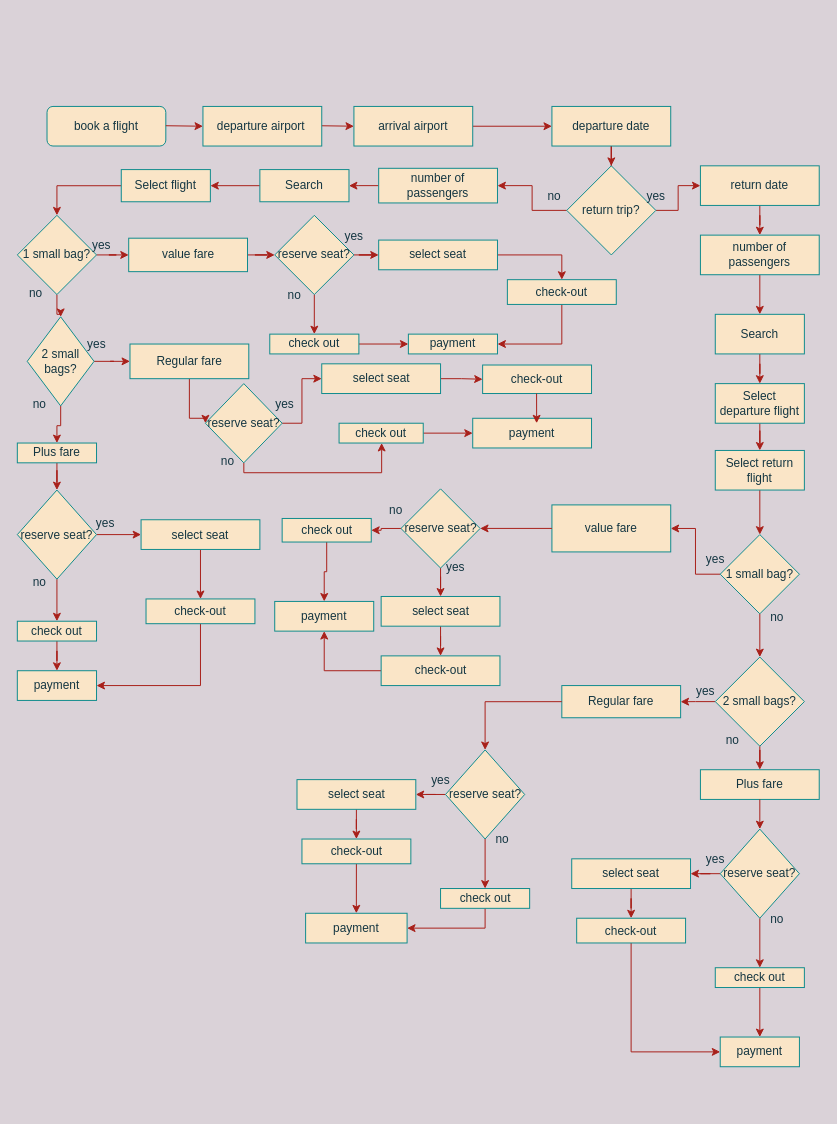
The draw.io diagram Untitled Diagram.drawio in Lailabc/book-flight, before the edit. Source tidied: cells renumbered, new cells numbered last; positions are measured from the earlier drawing's top-left corner, leaving out a move shared by most shapes. Both pictures are drawn from the tidied source at 99%, with x=0, y=0 at pixel (17, 106).
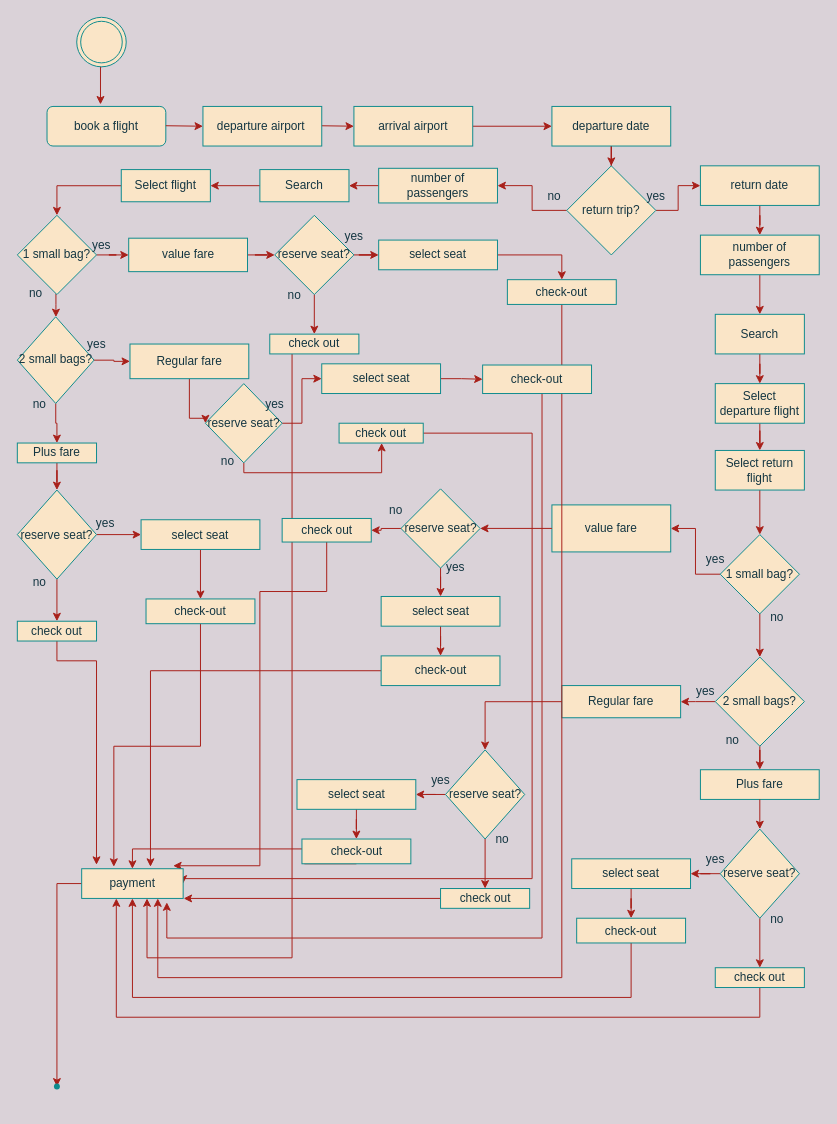
After the change.

Unchanged cells that the change refers to:
```xml
<mxCell id="2" value="book a flight" style="rounded=1;whiteSpace=wrap;html=1;fontSize=12;glass=0;strokeWidth=1;shadow=0;fillColor=#FAE5C7;strokeColor=#0F8B8D;fontColor=#143642;" parent="1" vertex="1">
  <mxGeometry x="30" width="120" height="40" as="geometry" />
</mxCell>
<mxCell id="31" value="1 small bag?" style="rhombus;whiteSpace=wrap;html=1;rounded=0;fillColor=#FAE5C7;strokeColor=#0F8B8D;fontColor=#143642;" parent="1" vertex="1">
  <mxGeometry y="110" width="80" height="80" as="geometry" />
</mxCell>
<mxCell id="64" value="check out" style="whiteSpace=wrap;html=1;rounded=0;fillColor=#FAE5C7;strokeColor=#0F8B8D;fontColor=#143642;" parent="1" vertex="1">
  <mxGeometry x="255" y="230" width="90" height="20" as="geometry" />
</mxCell>
<mxCell id="68" value="check-out" style="rounded=0;whiteSpace=wrap;html=1;fillColor=#FAE5C7;strokeColor=#0F8B8D;fontColor=#143642;" parent="1" vertex="1">
  <mxGeometry x="495" y="175" width="110" height="25" as="geometry" />
</mxCell>
<mxCell id="75" value="check out" style="whiteSpace=wrap;html=1;rounded=0;fillColor=#FAE5C7;strokeColor=#0F8B8D;fontColor=#143642;" parent="1" vertex="1">
  <mxGeometry x="325" y="320" width="85" height="20" as="geometry" />
</mxCell>
<mxCell id="78" value="check-out" style="rounded=0;whiteSpace=wrap;html=1;fillColor=#FAE5C7;strokeColor=#0F8B8D;fontColor=#143642;" parent="1" vertex="1">
  <mxGeometry x="470" y="261.2" width="110" height="28.8" as="geometry" />
</mxCell>
<mxCell id="85" value="check out" style="whiteSpace=wrap;html=1;rounded=0;fillColor=#FAE5C7;strokeColor=#0F8B8D;fontColor=#143642;" parent="1" vertex="1">
  <mxGeometry y="520" width="80" height="20" as="geometry" />
</mxCell>
<mxCell id="89" value="check-out" style="rounded=0;whiteSpace=wrap;html=1;fillColor=#FAE5C7;strokeColor=#0F8B8D;fontColor=#143642;" parent="1" vertex="1">
  <mxGeometry x="130" y="497.5" width="110" height="25" as="geometry" />
</mxCell>
<mxCell id="96" value="check out" style="whiteSpace=wrap;html=1;rounded=0;fillColor=#FAE5C7;strokeColor=#0F8B8D;fontColor=#143642;" parent="1" vertex="1">
  <mxGeometry x="705" y="870" width="90" height="20" as="geometry" />
</mxCell>
<mxCell id="100" value="check-out" style="rounded=0;whiteSpace=wrap;html=1;fillColor=#FAE5C7;strokeColor=#0F8B8D;fontColor=#143642;" parent="1" vertex="1">
  <mxGeometry x="565" y="820" width="110" height="25" as="geometry" />
</mxCell>
<mxCell id="111" value="check out" style="whiteSpace=wrap;html=1;rounded=0;fillColor=#FAE5C7;strokeColor=#0F8B8D;fontColor=#143642;" parent="1" vertex="1">
  <mxGeometry x="267.5" y="416.2" width="90" height="23.8" as="geometry" />
</mxCell>
<mxCell id="115" value="check-out" style="whiteSpace=wrap;html=1;rounded=0;fillColor=#FAE5C7;strokeColor=#0F8B8D;fontColor=#143642;" parent="1" vertex="1">
  <mxGeometry x="367.5" y="555" width="120" height="30" as="geometry" />
</mxCell>
<mxCell id="127" value="check out" style="whiteSpace=wrap;html=1;rounded=0;fillColor=#FAE5C7;strokeColor=#0F8B8D;fontColor=#143642;" parent="1" vertex="1">
  <mxGeometry x="427.5" y="790" width="90" height="20" as="geometry" />
</mxCell>
<mxCell id="131" value="check-out" style="rounded=0;whiteSpace=wrap;html=1;fillColor=#FAE5C7;strokeColor=#0F8B8D;fontColor=#143642;" parent="1" vertex="1">
  <mxGeometry x="287.5" y="740" width="110" height="25" as="geometry" />
</mxCell>
```

The edit, as a diff of the source:
```diff
@@
     <mxCell id="30" style="edgeStyle=orthogonalEdgeStyle;rounded=0;jettySize=auto;html=1;labelBackgroundColor=#DAD2D8;strokeColor=#A8201A;fontColor=#143642;" parent="1" edge="1" source="31" target="38">
-      <mxGeometry relative="1" as="geometry" />
+      <mxGeometry relative="1" as="geometry">
+        <Array as="points">
+          <mxPoint x="39" y="200" />
+          <mxPoint x="39" y="200" />
+        </Array>
+      </mxGeometry>
     </mxCell>
@@
     <mxCell id="38" value="2 small bags?" style="rhombus;whiteSpace=wrap;html=1;rounded=0;fillColor=#FAE5C7;strokeColor=#0F8B8D;fontColor=#143642;" parent="1" vertex="1">
-      <mxGeometry x="10" y="212.5" width="67.5" height="90" as="geometry" />
+      <mxGeometry y="212.5" width="77.5" height="87.5" as="geometry" />
     </mxCell>
@@
-    <mxCell id="63" style="edgeStyle=orthogonalEdgeStyle;rounded=0;jettySize=auto;html=1;labelBackgroundColor=#DAD2D8;strokeColor=#A8201A;fontColor=#143642;" parent="1" edge="1" source="64" target="116">
-      <mxGeometry relative="1" as="geometry" />
+    <mxCell id="63" style="edgeStyle=orthogonalEdgeStyle;rounded=0;jettySize=auto;html=1;labelBackgroundColor=#DAD2D8;strokeColor=#A8201A;fontColor=#143642;entryX=0.644;entryY=1;entryDx=0;entryDy=0;entryPerimeter=0;exitX=0.25;exitY=1;exitDx=0;exitDy=0;" parent="1" edge="1" source="64" target="134">
+      <mxGeometry relative="1" as="geometry">
+        <Array as="points">
+          <mxPoint x="278" y="860" />
+          <mxPoint x="131" y="860" />
+        </Array>
+      </mxGeometry>
     </mxCell>
@@
-    <mxCell id="67" style="edgeStyle=orthogonalEdgeStyle;rounded=0;jettySize=auto;html=1;entryX=1;entryY=0.5;entryDx=0;entryDy=0;labelBackgroundColor=#DAD2D8;strokeColor=#A8201A;fontColor=#143642;" parent="1" edge="1" source="68" target="116">
+    <mxCell id="67" style="edgeStyle=orthogonalEdgeStyle;rounded=0;jettySize=auto;html=1;labelBackgroundColor=#DAD2D8;strokeColor=#A8201A;fontColor=#143642;entryX=0.75;entryY=1;entryDx=0;entryDy=0;" parent="1" edge="1" source="68" target="134">
       <mxGeometry relative="1" as="geometry">
         <Array as="points">
-          <mxPoint x="550" y="240" />
+          <mxPoint x="550" y="880" />
+          <mxPoint x="142" y="880" />
         </Array>
       </mxGeometry>
     </mxCell>
@@
-    <mxCell id="74" style="edgeStyle=orthogonalEdgeStyle;rounded=0;jettySize=auto;html=1;labelBackgroundColor=#DAD2D8;strokeColor=#A8201A;fontColor=#143642;" parent="1" edge="1" source="75" target="117">
-      <mxGeometry relative="1" as="geometry" />
-    </mxCell>
+    <mxCell id="135" style="edgeStyle=orthogonalEdgeStyle;rounded=0;jettySize=auto;html=1;entryX=1;entryY=0.5;entryDx=0;entryDy=0;labelBackgroundColor=#DAD2D8;strokeColor=#A8201A;fontColor=#143642;" parent="1" edge="1" source="75" target="134">
+      <mxGeometry relative="1" as="geometry">
+        <Array as="points">
+          <mxPoint x="520" y="330" />
+          <mxPoint x="520" y="780" />
+          <mxPoint x="168" y="780" />
+        </Array>
+      </mxGeometry>
+    </mxCell>
@@
     <mxCell id="77" value="yes" style="text;strokeColor=none;fillColor=none;align=left;verticalAlign=middle;spacingLeft=4;spacingRight=4;overflow=hidden;fontColor=#143642;" parent="1" vertex="1">
-      <mxGeometry x="255" y="290" width="40" height="20" as="geometry" />
+      <mxGeometry x="245" y="290" width="40" height="20" as="geometry" />
     </mxCell>
+    <mxCell id="136" style="edgeStyle=orthogonalEdgeStyle;rounded=0;jettySize=auto;html=1;entryX=0.839;entryY=1.133;entryDx=0;entryDy=0;entryPerimeter=0;labelBackgroundColor=#DAD2D8;strokeColor=#A8201A;fontColor=#143642;" parent="1" edge="1" source="78" target="134">
+      <mxGeometry relative="1" as="geometry">
+        <Array as="points">
+          <mxPoint x="530" y="840" />
+          <mxPoint x="151" y="840" />
+        </Array>
+      </mxGeometry>
+    </mxCell>
@@
-    <mxCell id="84" style="edgeStyle=orthogonalEdgeStyle;rounded=0;jettySize=auto;html=1;labelBackgroundColor=#DAD2D8;strokeColor=#A8201A;fontColor=#143642;" parent="1" edge="1" source="85" target="119">
-      <mxGeometry relative="1" as="geometry" />
-    </mxCell>
+    <mxCell id="137" style="edgeStyle=orthogonalEdgeStyle;rounded=0;jettySize=auto;html=1;entryX=0.146;entryY=-0.133;entryDx=0;entryDy=0;entryPerimeter=0;labelBackgroundColor=#DAD2D8;strokeColor=#A8201A;fontColor=#143642;" parent="1" edge="1" source="85" target="134">
+      <mxGeometry relative="1" as="geometry">
+        <Array as="points">
+          <mxPoint x="40" y="560" />
+          <mxPoint x="80" y="560" />
+        </Array>
+      </mxGeometry>
+    </mxCell>
@@
-    <mxCell id="88" style="edgeStyle=orthogonalEdgeStyle;rounded=0;jettySize=auto;html=1;labelBackgroundColor=#DAD2D8;strokeColor=#A8201A;fontColor=#143642;" parent="1" edge="1" source="89" target="119">
-      <mxGeometry relative="1" as="geometry">
-        <Array as="points">
-          <mxPoint x="185" y="585" />
-        </Array>
-      </mxGeometry>
-    </mxCell>
+    <mxCell id="138" style="edgeStyle=orthogonalEdgeStyle;rounded=0;jettySize=auto;html=1;exitX=0.5;exitY=1;exitDx=0;exitDy=0;entryX=0.317;entryY=-0.067;entryDx=0;entryDy=0;entryPerimeter=0;labelBackgroundColor=#DAD2D8;strokeColor=#A8201A;fontColor=#143642;" parent="1" edge="1" source="89" target="134">
+      <mxGeometry relative="1" as="geometry" />
+    </mxCell>
@@
-    <mxCell id="95" style="edgeStyle=orthogonalEdgeStyle;rounded=0;jettySize=auto;html=1;labelBackgroundColor=#DAD2D8;strokeColor=#A8201A;fontColor=#143642;" parent="1" edge="1" source="96" target="133">
-      <mxGeometry relative="1" as="geometry" />
+    <mxCell id="95" style="edgeStyle=orthogonalEdgeStyle;rounded=0;jettySize=auto;html=1;labelBackgroundColor=#DAD2D8;strokeColor=#A8201A;fontColor=#143642;" parent="1" edge="1" source="96">
+      <mxGeometry relative="1" as="geometry">
+        <mxPoint x="100" y="800" as="targetPoint" />
+        <Array as="points">
+          <mxPoint x="750" y="920" />
+          <mxPoint x="100" y="920" />
+        </Array>
+      </mxGeometry>
     </mxCell>
@@
-    <mxCell id="99" style="edgeStyle=orthogonalEdgeStyle;rounded=0;jettySize=auto;html=1;entryX=0;entryY=0.5;entryDx=0;entryDy=0;labelBackgroundColor=#DAD2D8;strokeColor=#A8201A;fontColor=#143642;" parent="1" edge="1" source="100" target="133">
+    <mxCell id="99" style="edgeStyle=orthogonalEdgeStyle;rounded=0;jettySize=auto;html=1;labelBackgroundColor=#DAD2D8;strokeColor=#A8201A;fontColor=#143642;entryX=0.5;entryY=1;entryDx=0;entryDy=0;" parent="1" edge="1" source="100" target="134">
       <mxGeometry relative="1" as="geometry">
         <Array as="points">
-          <mxPoint x="620" y="955" />
+          <mxPoint x="620" y="900" />
+          <mxPoint x="116" y="900" />
         </Array>
       </mxGeometry>
     </mxCell>
@@
-    <mxCell id="110" style="edgeStyle=orthogonalEdgeStyle;rounded=0;jettySize=auto;html=1;entryX=0.5;entryY=0;entryDx=0;entryDy=0;labelBackgroundColor=#DAD2D8;strokeColor=#A8201A;fontColor=#143642;" parent="1" edge="1" source="111" target="120">
-      <mxGeometry relative="1" as="geometry" />
+    <mxCell id="110" style="edgeStyle=orthogonalEdgeStyle;rounded=0;jettySize=auto;html=1;entryX=0.902;entryY=-0.1;entryDx=0;entryDy=0;labelBackgroundColor=#DAD2D8;strokeColor=#A8201A;fontColor=#143642;entryPerimeter=0;" parent="1" edge="1" source="111" target="134">
+      <mxGeometry relative="1" as="geometry">
+        <Array as="points">
+          <mxPoint x="313" y="490" />
+          <mxPoint x="245" y="490" />
+        </Array>
+      </mxGeometry>
     </mxCell>
@@
-    <mxCell id="114" style="edgeStyle=orthogonalEdgeStyle;rounded=0;jettySize=auto;html=1;labelBackgroundColor=#DAD2D8;strokeColor=#A8201A;fontColor=#143642;" parent="1" edge="1" source="115" target="120">
+    <mxCell id="114" style="edgeStyle=orthogonalEdgeStyle;rounded=0;jettySize=auto;html=1;labelBackgroundColor=#DAD2D8;strokeColor=#A8201A;fontColor=#143642;entryX=0.678;entryY=-0.067;entryDx=0;entryDy=0;entryPerimeter=0;" parent="1" edge="1" source="115" target="134">
       <mxGeometry relative="1" as="geometry" />
     </mxCell>
@@
-    <mxCell id="116" value="payment" style="whiteSpace=wrap;html=1;rounded=0;fillColor=#FAE5C7;strokeColor=#0F8B8D;fontColor=#143642;" parent="1" vertex="1">
-      <mxGeometry x="395" y="230" width="90" height="20" as="geometry" />
-    </mxCell>
-    <mxCell id="117" value="payment" style="whiteSpace=wrap;html=1;rounded=0;fillColor=#FAE5C7;strokeColor=#0F8B8D;fontColor=#143642;" parent="1" vertex="1">
-      <mxGeometry x="460" y="315" width="120" height="30" as="geometry" />
-    </mxCell>
-    <mxCell id="118" style="endArrow=classic;html=1;rounded=0;entryX=0.538;entryY=0.167;entryDx=0;entryDy=0;entryPerimeter=0;labelBackgroundColor=#DAD2D8;strokeColor=#A8201A;fontColor=#143642;" parent="1" edge="1" target="117">
-      <mxGeometry relative="1" as="geometry">
-        <mxPoint x="524.5" y="290" as="sourcePoint" />
-      </mxGeometry>
-    </mxCell>
-    <mxCell id="119" value="payment" style="whiteSpace=wrap;html=1;rounded=0;fillColor=#FAE5C7;strokeColor=#0F8B8D;fontColor=#143642;" parent="1" vertex="1">
-      <mxGeometry y="570" width="80" height="30" as="geometry" />
-    </mxCell>
-    <mxCell id="120" value="payment" style="whiteSpace=wrap;html=1;rounded=0;fillColor=#FAE5C7;strokeColor=#0F8B8D;fontColor=#143642;" parent="1" vertex="1">
-      <mxGeometry x="260" y="500" width="100" height="30" as="geometry" />
-    </mxCell>
@@
-    <mxCell id="126" style="edgeStyle=orthogonalEdgeStyle;rounded=0;jettySize=auto;html=1;exitX=0.5;exitY=1;exitDx=0;exitDy=0;entryX=1;entryY=0.5;entryDx=0;entryDy=0;labelBackgroundColor=#DAD2D8;strokeColor=#A8201A;fontColor=#143642;" parent="1" edge="1" source="127" target="134">
-      <mxGeometry relative="1" as="geometry" />
+    <mxCell id="126" style="edgeStyle=orthogonalEdgeStyle;rounded=0;jettySize=auto;html=1;exitX=0;exitY=0.5;exitDx=0;exitDy=0;labelBackgroundColor=#DAD2D8;strokeColor=#A8201A;fontColor=#143642;" parent="1" edge="1" source="127">
+      <mxGeometry relative="1" as="geometry">
+        <mxPoint x="168" y="800" as="targetPoint" />
+        <Array as="points">
+          <mxPoint x="168" y="800" />
+        </Array>
+      </mxGeometry>
     </mxCell>
@@
     <mxCell id="130" style="edgeStyle=orthogonalEdgeStyle;rounded=0;jettySize=auto;html=1;exitX=0.5;exitY=1;exitDx=0;exitDy=0;entryX=0.5;entryY=0;entryDx=0;entryDy=0;labelBackgroundColor=#DAD2D8;strokeColor=#A8201A;fontColor=#143642;" parent="1" edge="1" source="131" target="134">
-      <mxGeometry relative="1" as="geometry" />
+      <mxGeometry relative="1" as="geometry">
+        <Array as="points">
+          <mxPoint x="290" y="765" />
+          <mxPoint x="290" y="750" />
+          <mxPoint x="116" y="750" />
+        </Array>
+      </mxGeometry>
     </mxCell>
@@
-    <mxCell id="133" value="payment" style="whiteSpace=wrap;html=1;rounded=0;fillColor=#FAE5C7;strokeColor=#0F8B8D;fontColor=#143642;" parent="1" vertex="1">
-      <mxGeometry x="710" y="940" width="80" height="30" as="geometry" />
-    </mxCell>
+    <mxCell id="139" style="edgeStyle=orthogonalEdgeStyle;rounded=0;jettySize=auto;html=1;labelBackgroundColor=#DAD2D8;strokeColor=#A8201A;fontColor=#143642;" parent="1" edge="1" source="134" target="142">
+      <mxGeometry relative="1" as="geometry" />
+    </mxCell>
     <mxCell id="134" value="payment" style="whiteSpace=wrap;html=1;rounded=0;fillColor=#FAE5C7;strokeColor=#0F8B8D;fontColor=#143642;" parent="1" vertex="1">
-      <mxGeometry x="291.2" y="815" width="102.5" height="30" as="geometry" />
+      <mxGeometry x="65" y="770" width="102.5" height="30" as="geometry" />
     </mxCell>
+    <mxCell id="140" style="edgeStyle=orthogonalEdgeStyle;rounded=0;jettySize=auto;html=1;exitX=0.5;exitY=1;exitDx=0;exitDy=0;entryX=0.45;entryY=-0.05;entryDx=0;entryDy=0;entryPerimeter=0;labelBackgroundColor=#DAD2D8;strokeColor=#A8201A;fontColor=#143642;" parent="1" edge="1" source="141" target="2">
+      <mxGeometry relative="1" as="geometry" />
+    </mxCell>
+    <mxCell id="141" style="ellipse;shape=doubleEllipse;whiteSpace=wrap;html=1;fillColor=#FAE5C7;strokeColor=#0F8B8D;fontColor=#143642;" parent="1" vertex="1">
+      <mxGeometry x="60" y="-90" width="50" height="50" as="geometry" />
+    </mxCell>
+    <mxCell id="142" style="shape=waypoint;sketch=0;size=6;points=[];fillColor=#FAE5C7;perimeter=centerPerimeter;snapToPoint=1;strokeColor=#0F8B8D;fontColor=#143642;rounded=0;" parent="1" vertex="1">
+      <mxGeometry x="20" y="970" width="40" height="40" as="geometry" />
+    </mxCell>
```
